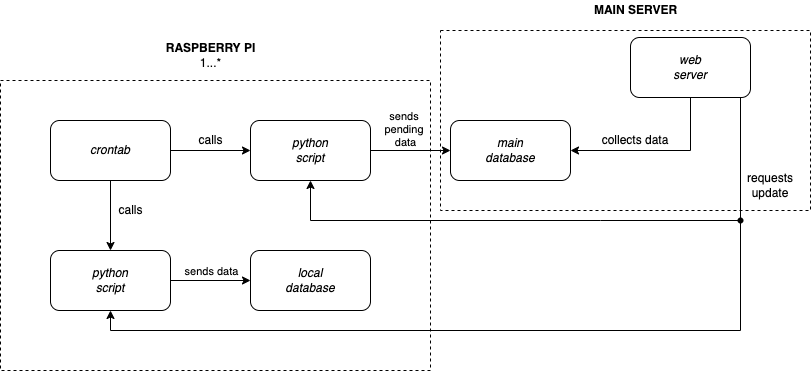
Above: workflow/workflow_image.png in pedro-carmine/network-monitoring-raspberry (draw.io), before the change. Source tidied: cells renumbered, new cells last; positions are measured from the earlier drawing's top-left corner, leaving out a move shared by most shapes.
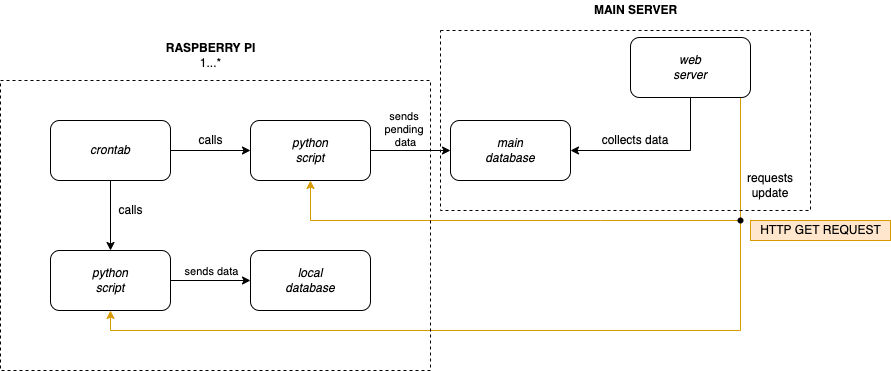
After the commit.

Change to the diagram source:
```diff
@@ -47,7 +47,7 @@
         <mxPoint x="-6" y="-2" as="offset" />
       </mxGeometry>
     </mxCell>
-    <mxCell id="15" style="edgeStyle=orthogonalEdgeStyle;rounded=0;jettySize=auto;html=1;exitX=0.75;exitY=1;exitDx=0;exitDy=0;entryX=0.5;entryY=1;entryDx=0;entryDy=0;" parent="1" edge="1" target="7">
+    <mxCell id="15" style="edgeStyle=orthogonalEdgeStyle;rounded=0;jettySize=auto;html=1;exitX=0.75;exitY=1;exitDx=0;exitDy=0;entryX=0.5;entryY=1;entryDx=0;entryDy=0;fillColor=#ffe6cc;strokeColor=#d79b00;" parent="1" edge="1" target="7">
       <mxGeometry relative="1" as="geometry">
         <mxPoint x="740" y="80" as="sourcePoint" />
         <Array as="points">
@@ -68,7 +68,7 @@
     <mxCell id="19" value="requests&lt;br&gt;update" style="text;html=1;strokeColor=none;fillColor=none;align=center;verticalAlign=middle;whiteSpace=wrap;rounded=0;" parent="1" vertex="1">
       <mxGeometry x="740" y="170" width="60" height="30" as="geometry" />
     </mxCell>
-    <mxCell id="20" style="endArrow=classic;html=1;rounded=0;entryX=0.5;entryY=1;entryDx=0;entryDy=0;" parent="1" edge="1" target="11">
+    <mxCell id="20" style="endArrow=classic;html=1;rounded=0;entryX=0.5;entryY=1;entryDx=0;entryDy=0;fillColor=#ffe6cc;strokeColor=#d79b00;" parent="1" edge="1" target="11">
       <mxGeometry relative="1" as="geometry">
         <mxPoint x="740" y="220" as="sourcePoint" />
         <Array as="points">
@@ -92,5 +92,8 @@
     <mxCell id="25" value="&lt;b&gt;MAIN SERVER&lt;/b&gt;" style="text;html=1;align=center;verticalAlign=middle;strokeColor=none;fillColor=none;" parent="1" vertex="1">
       <mxGeometry x="585" width="100" height="20" as="geometry" />
     </mxCell>
+    <mxCell id="26" value="HTTP GET REQUEST" style="text;html=1;align=center;verticalAlign=middle;strokeColor=#d79b00;fillColor=#ffe6cc;" parent="1" vertex="1">
+      <mxGeometry x="750" y="220" width="140" height="20" as="geometry" />
+    </mxCell>
   </root>
 </mxGraphModel>
```
